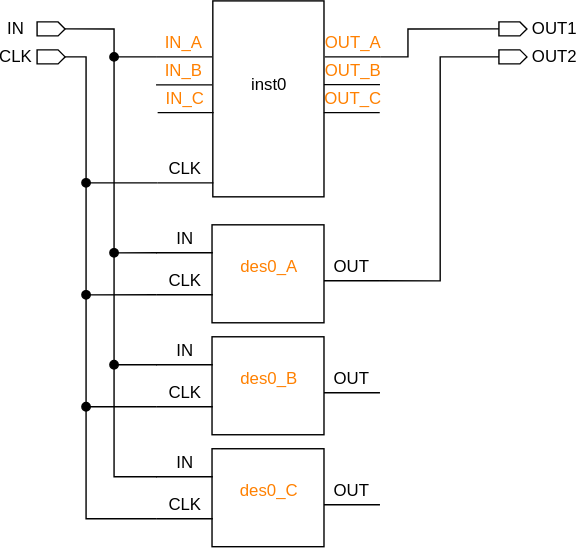
This is figures/dark-mode/update_scripts/get_tmrg.drawio.svg from AlbertHansen/TripleModularRedundancyTool_developer_guide, a draw.io export, as it was before one commit. Source tidied: cells renumbered, new cells last; positions are measured from the earlier drawing's top-left corner, leaving out a move shared by most shapes.
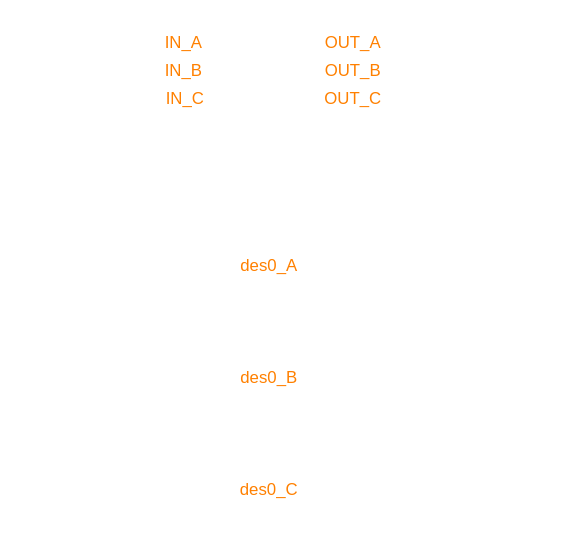
The same file after the commit.

What changed in the source:
```diff
@@ -4,6 +4,6 @@
     <mxCell id="1" parent="0" />
-    <mxCell id="2" style="rounded=0;whiteSpace=wrap;html=1;fillColor=none;strokeColor=#000000;" parent="1" vertex="1">
+    <mxCell id="2" style="rounded=0;whiteSpace=wrap;html=1;fillColor=none;strokeColor=#FFFFFF;" parent="1" vertex="1">
       <mxGeometry x="150.6" width="79.4" height="140" as="geometry" />
     </mxCell>
-    <mxCell id="3" style="endArrow=none;html=1;strokeColor=#000000;" parent="1" edge="1">
+    <mxCell id="3" style="endArrow=none;html=1;strokeColor=#FFFFFF;fontColor=#FFFFFF;" parent="1" edge="1">
       <mxGeometry relative="1" as="geometry">
@@ -13,3 +13,3 @@
     </mxCell>
-    <mxCell id="4" style="endArrow=none;html=1;fontColor=#FF8000;strokeColor=#000000;" parent="1" edge="1">
+    <mxCell id="4" style="endArrow=none;html=1;fontColor=#FF8000;strokeColor=#FFFFFF;" parent="1" edge="1">
       <mxGeometry relative="1" as="geometry">
@@ -19,3 +19,3 @@
     </mxCell>
-    <mxCell id="5" style="endArrow=none;html=1;startArrow=none;fontColor=#FF8000;strokeColor=#000000;" parent="1" edge="1" source="9">
+    <mxCell id="5" style="endArrow=none;html=1;startArrow=none;fontColor=#FF8000;strokeColor=#FFFFFF;" parent="1" edge="1" source="9">
       <mxGeometry relative="1" as="geometry">
@@ -24,3 +24,3 @@
     </mxCell>
-    <mxCell id="6" value="CLK" style="text;html=1;strokeColor=none;fillColor=none;align=center;verticalAlign=middle;whiteSpace=wrap;rounded=0;" parent="1" vertex="1">
+    <mxCell id="6" value="CLK" style="text;html=1;strokeColor=none;fillColor=none;align=center;verticalAlign=middle;whiteSpace=wrap;rounded=0;fontColor=#FFFFFF;" parent="1" vertex="1">
       <mxGeometry x="111" y="110" width="40" height="20" as="geometry" />
@@ -30,3 +30,3 @@
     </mxCell>
-    <mxCell id="8" style="endArrow=none;html=1;fontColor=#FF8000;strokeColor=#000000;" parent="1" edge="1" target="9">
+    <mxCell id="8" style="endArrow=none;html=1;fontColor=#FF8000;strokeColor=#FFFFFF;" parent="1" edge="1" target="9">
       <mxGeometry relative="1" as="geometry">
@@ -38,3 +38,3 @@
     </mxCell>
-    <mxCell id="10" style="endArrow=none;html=1;fontColor=#FF8000;strokeColor=#000000;" parent="1" edge="1">
+    <mxCell id="10" style="endArrow=none;html=1;fontColor=#FF8000;strokeColor=#FFFFFF;" parent="1" edge="1">
       <mxGeometry relative="1" as="geometry">
@@ -44,6 +44,6 @@
     </mxCell>
-    <mxCell id="11" value="inst0" style="text;html=1;strokeColor=none;fillColor=none;align=center;verticalAlign=middle;whiteSpace=wrap;rounded=0;fontColor=#000000;" parent="1" vertex="1">
+    <mxCell id="11" value="inst0" style="text;html=1;strokeColor=none;fillColor=none;align=center;verticalAlign=middle;whiteSpace=wrap;rounded=0;fontColor=#FFFFFF;" parent="1" vertex="1">
       <mxGeometry x="160.6" y="45" width="60" height="30" as="geometry" />
     </mxCell>
-    <mxCell id="12" style="endArrow=none;html=1;startArrow=none;fontColor=#FF8000;strokeColor=#000000;" parent="1" edge="1" source="14">
+    <mxCell id="12" style="endArrow=none;html=1;startArrow=none;fontColor=#FF8000;strokeColor=#FFFFFF;" parent="1" edge="1" source="14">
       <mxGeometry relative="1" as="geometry">
@@ -52,3 +52,3 @@
     </mxCell>
-    <mxCell id="13" style="endArrow=none;html=1;fontColor=#FF8000;strokeColor=#000000;" parent="1" edge="1" target="14">
+    <mxCell id="13" style="endArrow=none;html=1;fontColor=#FF8000;strokeColor=#FFFFFF;" parent="1" edge="1" target="14">
       <mxGeometry relative="1" as="geometry">
@@ -60,3 +60,3 @@
     </mxCell>
-    <mxCell id="15" style="endArrow=none;html=1;fontColor=#FF8000;strokeColor=#000000;" parent="1" edge="1">
+    <mxCell id="15" style="endArrow=none;html=1;fontColor=#FF8000;strokeColor=#FFFFFF;" parent="1" edge="1">
       <mxGeometry relative="1" as="geometry">
@@ -66,3 +66,3 @@
     </mxCell>
-    <mxCell id="16" style="endArrow=none;html=1;fontColor=#FF8000;strokeColor=#000000;" parent="1" edge="1">
+    <mxCell id="16" style="endArrow=none;html=1;fontColor=#FF8000;strokeColor=#FFFFFF;" parent="1" edge="1">
       <mxGeometry relative="1" as="geometry">
@@ -72,3 +72,3 @@
     </mxCell>
-    <mxCell id="17" style="endArrow=none;html=1;startArrow=none;fontColor=#FF8000;strokeColor=#000000;" parent="1" edge="1">
+    <mxCell id="17" style="endArrow=none;html=1;startArrow=none;fontColor=#FF8000;strokeColor=#FFFFFF;" parent="1" edge="1">
       <mxGeometry relative="1" as="geometry">
@@ -81,3 +81,3 @@
     </mxCell>
-    <mxCell id="19" style="endArrow=none;html=1;fontColor=#FF8000;strokeColor=#000000;" parent="1" edge="1">
+    <mxCell id="19" style="endArrow=none;html=1;fontColor=#FF8000;strokeColor=#FFFFFF;" parent="1" edge="1">
       <mxGeometry relative="1" as="geometry">
@@ -87,3 +87,3 @@
     </mxCell>
-    <mxCell id="20" style="edgeStyle=orthogonalEdgeStyle;rounded=0;html=1;exitX=1;exitY=0;exitDx=0;exitDy=0;entryX=0.5;entryY=0;entryDx=0;entryDy=0;fontColor=#000000;endArrow=none;endFill=0;strokeColor=#000000;" parent="1" edge="1" source="21" target="43">
+    <mxCell id="20" style="edgeStyle=orthogonalEdgeStyle;rounded=0;html=1;exitX=1;exitY=0;exitDx=0;exitDy=0;entryX=0.5;entryY=0;entryDx=0;entryDy=0;fontColor=#000000;endArrow=none;endFill=0;strokeColor=#FFFFFF;" parent="1" edge="1" source="21" target="43">
       <mxGeometry relative="1" as="geometry">
@@ -98,3 +98,3 @@
     </mxCell>
-    <mxCell id="22" style="endArrow=none;html=1;fontColor=#FF8000;strokeColor=#000000;" parent="1" edge="1">
+    <mxCell id="22" style="endArrow=none;html=1;fontColor=#FF8000;strokeColor=#FFFFFF;" parent="1" edge="1">
       <mxGeometry relative="1" as="geometry">
@@ -104,3 +104,3 @@
     </mxCell>
-    <mxCell id="23" style="endArrow=none;html=1;startArrow=none;fontColor=#FF8000;strokeColor=#000000;" parent="1" edge="1" source="25">
+    <mxCell id="23" style="endArrow=none;html=1;startArrow=none;fontColor=#FF8000;strokeColor=#FFFFFF;" parent="1" edge="1" source="25">
       <mxGeometry relative="1" as="geometry">
@@ -109,3 +109,3 @@
     </mxCell>
-    <mxCell id="24" style="endArrow=none;html=1;fontColor=#FF8000;strokeColor=#000000;" parent="1" edge="1" target="25">
+    <mxCell id="24" style="endArrow=none;html=1;fontColor=#FF8000;strokeColor=#FFFFFF;" parent="1" edge="1" target="25">
       <mxGeometry relative="1" as="geometry">
@@ -117,3 +117,3 @@
     </mxCell>
-    <mxCell id="26" style="endArrow=none;html=1;fontColor=#FF8000;strokeColor=#000000;" parent="1" edge="1">
+    <mxCell id="26" style="endArrow=none;html=1;fontColor=#FF8000;strokeColor=#FFFFFF;" parent="1" edge="1">
       <mxGeometry relative="1" as="geometry">
@@ -123,3 +123,3 @@
     </mxCell>
-    <mxCell id="27" style="edgeStyle=orthogonalEdgeStyle;html=1;exitX=0.5;exitY=1;exitDx=0;exitDy=0;entryX=0;entryY=0;entryDx=0;entryDy=0;fontColor=#FF8000;endArrow=none;endFill=0;rounded=0;strokeColor=#000000;" parent="1" edge="1" source="28" target="9">
+    <mxCell id="27" style="edgeStyle=orthogonalEdgeStyle;html=1;exitX=0.5;exitY=1;exitDx=0;exitDy=0;entryX=0;entryY=0;entryDx=0;entryDy=0;fontColor=#FF8000;endArrow=none;endFill=0;rounded=0;strokeColor=#FFFFFF;" parent="1" edge="1" source="28" target="9">
       <mxGeometry relative="1" as="geometry">
@@ -131,6 +131,6 @@
     </mxCell>
-    <mxCell id="28" style="verticalLabelPosition=bottom;verticalAlign=top;html=1;shape=offPageConnector;rounded=0;size=0.25;rotation=-90;fillColor=none;" parent="1" vertex="1">
+    <mxCell id="28" style="verticalLabelPosition=bottom;verticalAlign=top;html=1;shape=offPageConnector;rounded=0;size=0.25;rotation=-90;fillColor=none;strokeColor=#FFFFFF;" parent="1" vertex="1">
       <mxGeometry x="30" y="10" width="10" height="20" as="geometry" />
     </mxCell>
-    <mxCell id="29" style="edgeStyle=orthogonalEdgeStyle;rounded=0;html=1;exitX=0.5;exitY=1;exitDx=0;exitDy=0;entryX=0;entryY=1;entryDx=0;entryDy=0;fontColor=#FF8000;endArrow=none;endFill=0;strokeColor=#000000;" parent="1" edge="1" source="30" target="6">
+    <mxCell id="29" style="edgeStyle=orthogonalEdgeStyle;rounded=0;html=1;exitX=0.5;exitY=1;exitDx=0;exitDy=0;entryX=0;entryY=1;entryDx=0;entryDy=0;fontColor=#FF8000;endArrow=none;endFill=0;strokeColor=#FFFFFF;" parent="1" edge="1" source="30" target="6">
       <mxGeometry relative="1" as="geometry">
@@ -142,9 +142,9 @@
     </mxCell>
-    <mxCell id="30" style="verticalLabelPosition=bottom;verticalAlign=top;html=1;shape=offPageConnector;rounded=0;size=0.25;rotation=-90;fillColor=none;" parent="1" vertex="1">
+    <mxCell id="30" style="verticalLabelPosition=bottom;verticalAlign=top;html=1;shape=offPageConnector;rounded=0;size=0.25;rotation=-90;fillColor=none;strokeColor=#FFFFFF;" parent="1" vertex="1">
       <mxGeometry x="30" y="30" width="10" height="20" as="geometry" />
     </mxCell>
-    <mxCell id="31" style="rounded=0;whiteSpace=wrap;html=1;fillColor=none;strokeColor=#000000;" parent="1" vertex="1">
+    <mxCell id="31" style="rounded=0;whiteSpace=wrap;html=1;fillColor=none;strokeColor=#FFFFFF;" parent="1" vertex="1">
       <mxGeometry x="150" y="160" width="80" height="70" as="geometry" />
     </mxCell>
-    <mxCell id="32" style="endArrow=none;html=1;strokeColor=#000000;" parent="1" edge="1">
+    <mxCell id="32" style="endArrow=none;html=1;strokeColor=#FFFFFF;fontColor=#FFFFFF;" parent="1" edge="1">
       <mxGeometry relative="1" as="geometry">
@@ -154,3 +154,3 @@
     </mxCell>
-    <mxCell id="33" style="edgeStyle=orthogonalEdgeStyle;rounded=0;html=1;exitX=0;exitY=1;exitDx=0;exitDy=0;fontColor=#FF8000;endArrow=oval;endFill=1;strokeColor=#000000;" parent="1" edge="1" source="34">
+    <mxCell id="33" style="edgeStyle=orthogonalEdgeStyle;rounded=0;html=1;exitX=0;exitY=1;exitDx=0;exitDy=0;fontColor=#FF8000;endArrow=oval;endFill=1;strokeColor=#FFFFFF;" parent="1" edge="1" source="34">
       <mxGeometry relative="1" as="geometry">
@@ -162,6 +162,6 @@
     </mxCell>
-    <mxCell id="34" value="CLK" style="text;html=1;strokeColor=none;fillColor=none;align=center;verticalAlign=middle;whiteSpace=wrap;rounded=0;" parent="1" vertex="1">
+    <mxCell id="34" value="CLK" style="text;html=1;strokeColor=none;fillColor=none;align=center;verticalAlign=middle;whiteSpace=wrap;rounded=0;fontColor=#FFFFFF;" parent="1" vertex="1">
       <mxGeometry x="110.6" y="190" width="40" height="20" as="geometry" />
     </mxCell>
-    <mxCell id="35" style="edgeStyle=orthogonalEdgeStyle;rounded=0;html=1;exitX=0;exitY=1;exitDx=0;exitDy=0;fontColor=#000000;endArrow=oval;endFill=1;strokeColor=#000000;" parent="1" edge="1" source="36">
+    <mxCell id="35" style="edgeStyle=orthogonalEdgeStyle;rounded=0;html=1;exitX=0;exitY=1;exitDx=0;exitDy=0;fontColor=#000000;endArrow=oval;endFill=1;strokeColor=#FFFFFF;" parent="1" edge="1" source="36">
       <mxGeometry relative="1" as="geometry">
@@ -173,3 +173,3 @@
     </mxCell>
-    <mxCell id="36" value="IN" style="text;html=1;strokeColor=none;fillColor=none;align=center;verticalAlign=middle;whiteSpace=wrap;rounded=0;fontColor=#000000;" parent="1" vertex="1">
+    <mxCell id="36" value="IN" style="text;html=1;strokeColor=none;fillColor=none;align=center;verticalAlign=middle;whiteSpace=wrap;rounded=0;fontColor=#FFFFFF;" parent="1" vertex="1">
       <mxGeometry x="110.6" y="160" width="40" height="20" as="geometry" />
@@ -179,3 +179,3 @@
     </mxCell>
-    <mxCell id="38" style="endArrow=none;html=1;fontColor=#FF0000;strokeColor=#000000;" parent="1" edge="1">
+    <mxCell id="38" style="endArrow=none;html=1;fontColor=#FF0000;strokeColor=#FFFFFF;" parent="1" edge="1">
       <mxGeometry relative="1" as="geometry">
@@ -185,6 +185,6 @@
     </mxCell>
-    <mxCell id="39" value="OUT" style="text;html=1;strokeColor=none;fillColor=none;align=center;verticalAlign=middle;whiteSpace=wrap;rounded=0;fontColor=#000000;" parent="1" vertex="1">
+    <mxCell id="39" value="OUT" style="text;html=1;strokeColor=none;fillColor=none;align=center;verticalAlign=middle;whiteSpace=wrap;rounded=0;fontColor=#FFFFFF;" parent="1" vertex="1">
       <mxGeometry x="230" y="180" width="40" height="20" as="geometry" />
     </mxCell>
-    <mxCell id="40" style="endArrow=none;html=1;entryX=1;entryY=1;entryDx=0;entryDy=0;strokeColor=#000000;" parent="1" edge="1" target="36">
+    <mxCell id="40" style="endArrow=none;html=1;entryX=1;entryY=1;entryDx=0;entryDy=0;strokeColor=#FFFFFF;fontColor=#FFFFFF;" parent="1" edge="1" target="36">
       <mxGeometry relative="1" as="geometry">
@@ -193,3 +193,3 @@
     </mxCell>
-    <mxCell id="41" style="edgeStyle=orthogonalEdgeStyle;rounded=0;html=1;exitX=0.5;exitY=0;exitDx=0;exitDy=0;entryX=1;entryY=1;entryDx=0;entryDy=0;fontColor=#FF8000;endArrow=none;endFill=0;strokeColor=#000000;" parent="1" edge="1" source="42" target="39">
+    <mxCell id="41" style="edgeStyle=orthogonalEdgeStyle;rounded=0;html=1;exitX=0.5;exitY=0;exitDx=0;exitDy=0;entryX=1;entryY=1;entryDx=0;entryDy=0;fontColor=#FF8000;endArrow=none;endFill=0;strokeColor=#FFFFFF;" parent="1" edge="1" source="42" target="39">
       <mxGeometry relative="1" as="geometry">
@@ -201,24 +201,24 @@
     </mxCell>
-    <mxCell id="42" style="verticalLabelPosition=bottom;verticalAlign=top;html=1;shape=offPageConnector;rounded=0;size=0.25;rotation=-90;fillColor=none;" parent="1" vertex="1">
+    <mxCell id="42" style="verticalLabelPosition=bottom;verticalAlign=top;html=1;shape=offPageConnector;rounded=0;size=0.25;rotation=-90;fillColor=none;strokeColor=#FFFFFF;" parent="1" vertex="1">
       <mxGeometry x="360" y="30" width="10" height="20" as="geometry" />
     </mxCell>
-    <mxCell id="43" style="verticalLabelPosition=bottom;verticalAlign=top;html=1;shape=offPageConnector;rounded=0;size=0.25;rotation=-90;fillColor=none;" parent="1" vertex="1">
+    <mxCell id="43" style="verticalLabelPosition=bottom;verticalAlign=top;html=1;shape=offPageConnector;rounded=0;size=0.25;rotation=-90;fillColor=none;strokeColor=#FFFFFF;" parent="1" vertex="1">
       <mxGeometry x="360" y="10" width="10" height="20" as="geometry" />
     </mxCell>
-    <mxCell id="44" value="IN" style="text;html=1;strokeColor=none;fillColor=none;align=center;verticalAlign=middle;whiteSpace=wrap;rounded=0;fontColor=#000000;" parent="1" vertex="1">
+    <mxCell id="44" value="IN" style="text;html=1;strokeColor=none;fillColor=none;align=center;verticalAlign=middle;whiteSpace=wrap;rounded=0;fontColor=#FFFFFF;" parent="1" vertex="1">
       <mxGeometry y="10" width="20" height="20" as="geometry" />
     </mxCell>
-    <mxCell id="45" value="CLK" style="text;html=1;strokeColor=none;fillColor=none;align=center;verticalAlign=middle;whiteSpace=wrap;rounded=0;fontColor=#000000;" parent="1" vertex="1">
+    <mxCell id="45" value="CLK" style="text;html=1;strokeColor=none;fillColor=none;align=center;verticalAlign=middle;whiteSpace=wrap;rounded=0;fontColor=#FFFFFF;" parent="1" vertex="1">
       <mxGeometry y="30" width="20" height="20" as="geometry" />
     </mxCell>
-    <mxCell id="46" value="OUT1" style="text;html=1;strokeColor=none;fillColor=none;align=center;verticalAlign=middle;whiteSpace=wrap;rounded=0;fontColor=#000000;" parent="1" vertex="1">
+    <mxCell id="46" value="OUT1" style="text;html=1;strokeColor=none;fillColor=none;align=center;verticalAlign=middle;whiteSpace=wrap;rounded=0;fontColor=#FFFFFF;" parent="1" vertex="1">
       <mxGeometry x="380" y="10" width="30" height="20" as="geometry" />
     </mxCell>
-    <mxCell id="47" value="OUT2" style="text;html=1;strokeColor=none;fillColor=none;align=center;verticalAlign=middle;whiteSpace=wrap;rounded=0;fontColor=#000000;" parent="1" vertex="1">
+    <mxCell id="47" value="OUT2" style="text;html=1;strokeColor=none;fillColor=none;align=center;verticalAlign=middle;whiteSpace=wrap;rounded=0;fontColor=#FFFFFF;" parent="1" vertex="1">
       <mxGeometry x="380" y="30" width="30" height="20" as="geometry" />
     </mxCell>
-    <mxCell id="48" style="rounded=0;whiteSpace=wrap;html=1;fillColor=none;strokeColor=#000000;" parent="1" vertex="1">
+    <mxCell id="48" style="rounded=0;whiteSpace=wrap;html=1;fillColor=none;strokeColor=#FFFFFF;" parent="1" vertex="1">
       <mxGeometry x="150" y="240" width="80" height="70" as="geometry" />
     </mxCell>
-    <mxCell id="49" style="endArrow=none;html=1;strokeColor=#000000;" parent="1" edge="1">
+    <mxCell id="49" style="endArrow=none;html=1;strokeColor=#FFFFFF;fontColor=#FFFFFF;" parent="1" edge="1">
       <mxGeometry relative="1" as="geometry">
@@ -228,3 +228,3 @@
     </mxCell>
-    <mxCell id="50" style="edgeStyle=orthogonalEdgeStyle;rounded=0;html=1;exitX=0;exitY=1;exitDx=0;exitDy=0;fontColor=#000000;endArrow=oval;endFill=1;strokeColor=#000000;" parent="1" edge="1" source="51">
+    <mxCell id="50" style="edgeStyle=orthogonalEdgeStyle;rounded=0;html=1;exitX=0;exitY=1;exitDx=0;exitDy=0;fontColor=#000000;endArrow=oval;endFill=1;strokeColor=#FFFFFF;" parent="1" edge="1" source="51">
       <mxGeometry relative="1" as="geometry">
@@ -236,6 +236,6 @@
     </mxCell>
-    <mxCell id="51" value="CLK" style="text;html=1;strokeColor=none;fillColor=none;align=center;verticalAlign=middle;whiteSpace=wrap;rounded=0;" parent="1" vertex="1">
+    <mxCell id="51" value="CLK" style="text;html=1;strokeColor=none;fillColor=none;align=center;verticalAlign=middle;whiteSpace=wrap;rounded=0;fontColor=#FFFFFF;" parent="1" vertex="1">
       <mxGeometry x="110.6" y="270" width="40" height="20" as="geometry" />
     </mxCell>
-    <mxCell id="52" style="edgeStyle=orthogonalEdgeStyle;rounded=0;html=1;exitX=0;exitY=1;exitDx=0;exitDy=0;fontColor=#000000;endArrow=oval;endFill=1;strokeColor=#000000;" parent="1" edge="1" source="53">
+    <mxCell id="52" style="edgeStyle=orthogonalEdgeStyle;rounded=0;html=1;exitX=0;exitY=1;exitDx=0;exitDy=0;fontColor=#000000;endArrow=oval;endFill=1;strokeColor=#FFFFFF;" parent="1" edge="1" source="53">
       <mxGeometry relative="1" as="geometry">
@@ -247,3 +247,3 @@
     </mxCell>
-    <mxCell id="53" value="IN" style="text;html=1;strokeColor=none;fillColor=none;align=center;verticalAlign=middle;whiteSpace=wrap;rounded=0;fontColor=#000000;" parent="1" vertex="1">
+    <mxCell id="53" value="IN" style="text;html=1;strokeColor=none;fillColor=none;align=center;verticalAlign=middle;whiteSpace=wrap;rounded=0;fontColor=#FFFFFF;" parent="1" vertex="1">
       <mxGeometry x="110.6" y="240" width="40" height="20" as="geometry" />
@@ -253,3 +253,3 @@
     </mxCell>
-    <mxCell id="55" style="endArrow=none;html=1;fontColor=#FF0000;strokeColor=#000000;" parent="1" edge="1">
+    <mxCell id="55" style="endArrow=none;html=1;fontColor=#FF0000;strokeColor=#FFFFFF;" parent="1" edge="1">
       <mxGeometry relative="1" as="geometry">
@@ -259,6 +259,6 @@
     </mxCell>
-    <mxCell id="56" value="OUT" style="text;html=1;strokeColor=none;fillColor=none;align=center;verticalAlign=middle;whiteSpace=wrap;rounded=0;fontColor=#000000;" parent="1" vertex="1">
+    <mxCell id="56" value="OUT" style="text;html=1;strokeColor=none;fillColor=none;align=center;verticalAlign=middle;whiteSpace=wrap;rounded=0;fontColor=#FFFFFF;" parent="1" vertex="1">
       <mxGeometry x="230" y="260" width="40" height="20" as="geometry" />
     </mxCell>
-    <mxCell id="57" style="endArrow=none;html=1;entryX=1;entryY=1;entryDx=0;entryDy=0;strokeColor=#000000;" parent="1" edge="1" target="53">
+    <mxCell id="57" style="endArrow=none;html=1;entryX=1;entryY=1;entryDx=0;entryDy=0;strokeColor=#FFFFFF;fontColor=#FFFFFF;" parent="1" edge="1" target="53">
       <mxGeometry relative="1" as="geometry">
@@ -267,6 +267,6 @@
     </mxCell>
-    <mxCell id="58" style="rounded=0;whiteSpace=wrap;html=1;fillColor=none;strokeColor=#000000;" parent="1" vertex="1">
+    <mxCell id="58" style="rounded=0;whiteSpace=wrap;html=1;fillColor=none;strokeColor=#FFFFFF;" parent="1" vertex="1">
       <mxGeometry x="150" y="320" width="80" height="70" as="geometry" />
     </mxCell>
-    <mxCell id="59" style="endArrow=none;html=1;strokeColor=#000000;" parent="1" edge="1">
+    <mxCell id="59" style="endArrow=none;html=1;strokeColor=#FFFFFF;fontColor=#FFFFFF;" parent="1" edge="1">
       <mxGeometry relative="1" as="geometry">
@@ -276,3 +276,3 @@
     </mxCell>
-    <mxCell id="60" style="edgeStyle=orthogonalEdgeStyle;rounded=0;html=1;exitX=0;exitY=1;exitDx=0;exitDy=0;fontColor=#000000;endArrow=oval;endFill=1;strokeColor=#000000;" parent="1" edge="1" source="61">
+    <mxCell id="60" style="edgeStyle=orthogonalEdgeStyle;rounded=0;html=1;exitX=0;exitY=1;exitDx=0;exitDy=0;fontColor=#000000;endArrow=oval;endFill=1;strokeColor=#FFFFFF;" parent="1" edge="1" source="61">
       <mxGeometry relative="1" as="geometry">
@@ -284,6 +284,6 @@
     </mxCell>
-    <mxCell id="61" value="CLK" style="text;html=1;strokeColor=none;fillColor=none;align=center;verticalAlign=middle;whiteSpace=wrap;rounded=0;" parent="1" vertex="1">
+    <mxCell id="61" value="CLK" style="text;html=1;strokeColor=none;fillColor=none;align=center;verticalAlign=middle;whiteSpace=wrap;rounded=0;fontColor=#FFFFFF;" parent="1" vertex="1">
       <mxGeometry x="110.6" y="350" width="40" height="20" as="geometry" />
     </mxCell>
-    <mxCell id="62" style="edgeStyle=orthogonalEdgeStyle;rounded=0;html=1;exitX=0;exitY=1;exitDx=0;exitDy=0;fontColor=#000000;endArrow=oval;endFill=1;strokeColor=#000000;" parent="1" edge="1" source="63">
+    <mxCell id="62" style="edgeStyle=orthogonalEdgeStyle;rounded=0;html=1;exitX=0;exitY=1;exitDx=0;exitDy=0;fontColor=#000000;endArrow=oval;endFill=1;strokeColor=#FFFFFF;" parent="1" edge="1" source="63">
       <mxGeometry relative="1" as="geometry">
@@ -295,3 +295,3 @@
     </mxCell>
-    <mxCell id="63" value="IN" style="text;html=1;strokeColor=none;fillColor=none;align=center;verticalAlign=middle;whiteSpace=wrap;rounded=0;fontColor=#000000;" parent="1" vertex="1">
+    <mxCell id="63" value="IN" style="text;html=1;strokeColor=none;fillColor=none;align=center;verticalAlign=middle;whiteSpace=wrap;rounded=0;fontColor=#FFFFFF;" parent="1" vertex="1">
       <mxGeometry x="110.6" y="320" width="40" height="20" as="geometry" />
@@ -301,3 +301,3 @@
     </mxCell>
-    <mxCell id="65" style="endArrow=none;html=1;fontColor=#FF0000;strokeColor=#000000;" parent="1" edge="1">
+    <mxCell id="65" style="endArrow=none;html=1;fontColor=#FF0000;strokeColor=#FFFFFF;" parent="1" edge="1">
       <mxGeometry relative="1" as="geometry">
@@ -307,6 +307,6 @@
     </mxCell>
-    <mxCell id="66" value="OUT" style="text;html=1;strokeColor=none;fillColor=none;align=center;verticalAlign=middle;whiteSpace=wrap;rounded=0;fontColor=#000000;" parent="1" vertex="1">
+    <mxCell id="66" value="OUT" style="text;html=1;strokeColor=none;fillColor=none;align=center;verticalAlign=middle;whiteSpace=wrap;rounded=0;fontColor=#FFFFFF;" parent="1" vertex="1">
       <mxGeometry x="230" y="340" width="40" height="20" as="geometry" />
     </mxCell>
-    <mxCell id="67" style="endArrow=none;html=1;entryX=1;entryY=1;entryDx=0;entryDy=0;strokeColor=#000000;" parent="1" edge="1" target="63">
+    <mxCell id="67" style="endArrow=none;html=1;entryX=1;entryY=1;entryDx=0;entryDy=0;strokeColor=#FFFFFF;fontColor=#FFFFFF;" parent="1" edge="1" target="63">
       <mxGeometry relative="1" as="geometry">
```
